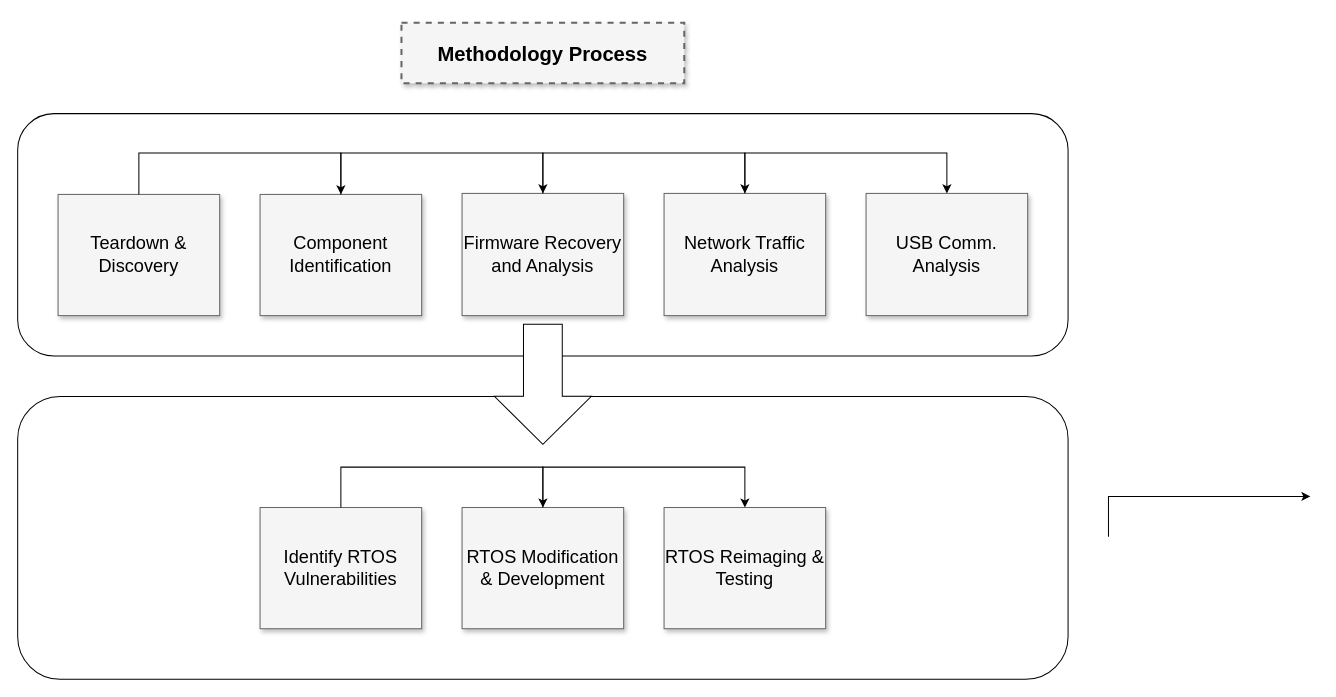
micahflack/DSU keeps this draw.io diagram as CSC-809/DSU_Latex/Figures/Methodology.drawio. Above is the earlier version. Source tidied: cells renumbered, new cells numbered last; positions are measured from the earlier drawing's top-left corner, leaving out a move shared by most shapes. Both pictures are drawn from the tidied source at 101%, with x=0, y=0 at pixel (17, 22).
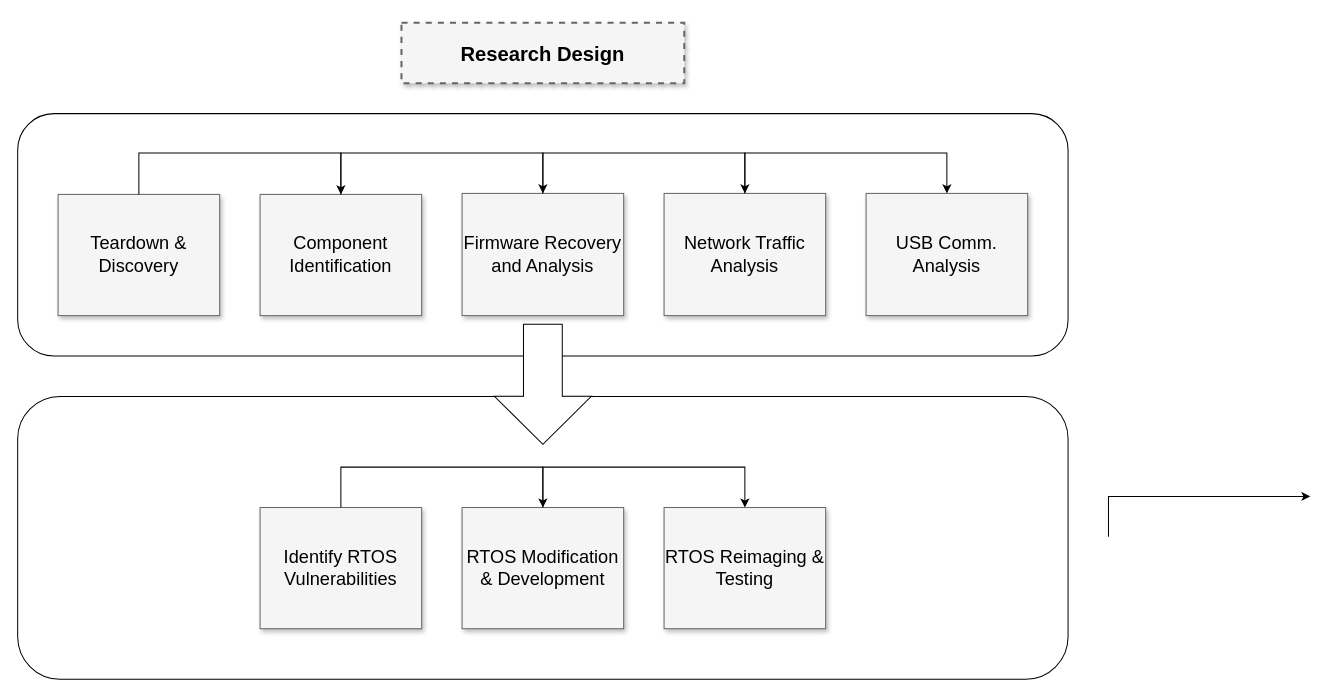
Above is the later version.

Change to the diagram source:
```diff
@@
-    <mxCell id="4" value="&lt;b&gt;Methodology Process&lt;/b&gt;" style="whiteSpace=wrap;html=1;shadow=1;fontSize=20;fillColor=#f5f5f5;strokeColor=#666666;strokeWidth=2;dashed=1;" parent="1" vertex="1">
+    <mxCell id="4" value="&lt;b&gt;Research Design&lt;br&gt;&lt;/b&gt;" style="whiteSpace=wrap;html=1;shadow=1;fontSize=20;fillColor=#f5f5f5;strokeColor=#666666;strokeWidth=2;dashed=1;" parent="1" vertex="1">
       <mxGeometry x="380" width="280" height="60" as="geometry" />
     </mxCell>
```
